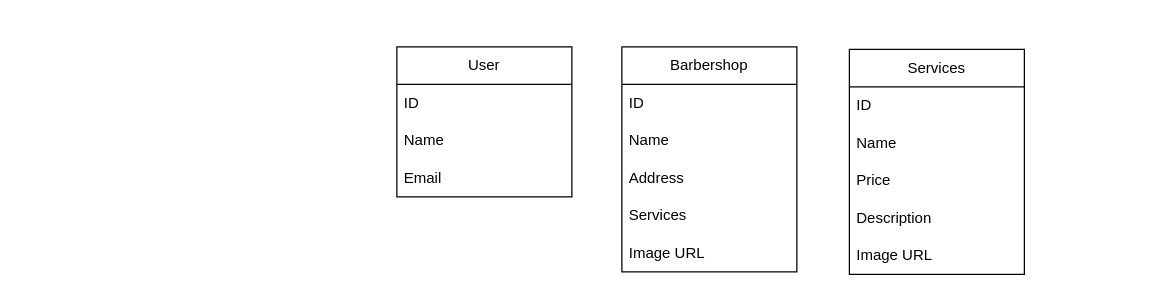
Before: FSWBarber.drawio in RobAb2023/FSW_Barber, a draw.io diagram. Source tidied: cells renumbered, new cells numbered last; positions are measured from the earlier drawing's top-left corner, leaving out a move shared by most shapes. Both pictures are drawn from the tidied source at 125%, with x=0, y=0 at pixel (396, 46).
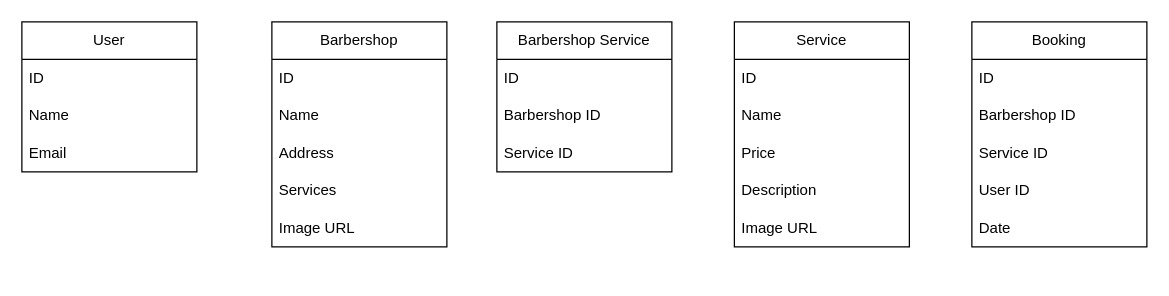
The same diagram, later.

What changed in the source:
```diff
@@
     <mxCell id="2" value="User" style="swimlane;fontStyle=0;horizontal=1;startSize=30;whiteSpace=wrap;html=1;" parent="1" vertex="1">
-      <mxGeometry width="140" height="120" as="geometry" />
+      <mxGeometry x="-300" y="-20" width="140" height="120" as="geometry" />
     </mxCell>
@@
     <mxCell id="6" value="Barbershop" style="swimlane;fontStyle=0;horizontal=1;startSize=30;whiteSpace=wrap;html=1;" parent="1" vertex="1">
-      <mxGeometry x="180" width="140" height="180" as="geometry" />
+      <mxGeometry x="-100" y="-20" width="140" height="180" as="geometry" />
     </mxCell>
@@
-    <mxCell id="12" value="Services" style="swimlane;fontStyle=0;horizontal=1;startSize=30;whiteSpace=wrap;html=1;" parent="1" vertex="1">
-      <mxGeometry x="362" y="2" width="140" height="180" as="geometry" />
+    <mxCell id="12" value="Service" style="swimlane;fontStyle=0;horizontal=1;startSize=30;whiteSpace=wrap;html=1;" parent="1" vertex="1">
+      <mxGeometry x="270" y="-20" width="140" height="180" as="geometry" />
     </mxCell>
@@
+    <mxCell id="18" value="Booking" style="swimlane;fontStyle=0;horizontal=1;startSize=30;whiteSpace=wrap;html=1;" parent="1" vertex="1">
+      <mxGeometry x="460" y="-20" width="140" height="180" as="geometry" />
+    </mxCell>
+    <mxCell id="19" value="ID" style="text;strokeColor=none;fillColor=none;align=left;verticalAlign=middle;spacingLeft=4;spacingRight=4;overflow=hidden;whiteSpace=wrap;html=1;" parent="18" vertex="1">
+      <mxGeometry y="30" width="140" height="30" as="geometry" />
+    </mxCell>
+    <mxCell id="20" value="Barbershop ID" style="text;strokeColor=none;fillColor=none;align=left;verticalAlign=middle;spacingLeft=4;spacingRight=4;overflow=hidden;whiteSpace=wrap;html=1;" parent="18" vertex="1">
+      <mxGeometry y="60" width="140" height="30" as="geometry" />
+    </mxCell>
+    <mxCell id="21" value="Service ID" style="text;strokeColor=none;fillColor=none;align=left;verticalAlign=middle;spacingLeft=4;spacingRight=4;overflow=hidden;whiteSpace=wrap;html=1;" parent="18" vertex="1">
+      <mxGeometry y="90" width="140" height="30" as="geometry" />
+    </mxCell>
+    <mxCell id="22" value="User ID" style="text;strokeColor=none;fillColor=none;align=left;verticalAlign=middle;spacingLeft=4;spacingRight=4;overflow=hidden;whiteSpace=wrap;html=1;" parent="18" vertex="1">
+      <mxGeometry y="120" width="140" height="30" as="geometry" />
+    </mxCell>
+    <mxCell id="23" value="Date" style="text;strokeColor=none;fillColor=none;align=left;verticalAlign=middle;spacingLeft=4;spacingRight=4;overflow=hidden;whiteSpace=wrap;html=1;" parent="18" vertex="1">
+      <mxGeometry y="150" width="140" height="30" as="geometry" />
+    </mxCell>
+    <mxCell id="24" value="Barbershop Service" style="swimlane;fontStyle=0;horizontal=1;startSize=30;whiteSpace=wrap;html=1;" parent="1" vertex="1">
+      <mxGeometry x="80" y="-20" width="140" height="120" as="geometry" />
+    </mxCell>
+    <mxCell id="25" value="ID" style="text;strokeColor=none;fillColor=none;align=left;verticalAlign=middle;spacingLeft=4;spacingRight=4;overflow=hidden;whiteSpace=wrap;html=1;" parent="24" vertex="1">
+      <mxGeometry y="30" width="140" height="30" as="geometry" />
+    </mxCell>
+    <mxCell id="26" value="Barbershop ID" style="text;strokeColor=none;fillColor=none;align=left;verticalAlign=middle;spacingLeft=4;spacingRight=4;overflow=hidden;whiteSpace=wrap;html=1;" parent="24" vertex="1">
+      <mxGeometry y="60" width="140" height="30" as="geometry" />
+    </mxCell>
+    <mxCell id="27" value="Service ID" style="text;strokeColor=none;fillColor=none;align=left;verticalAlign=middle;spacingLeft=4;spacingRight=4;overflow=hidden;whiteSpace=wrap;html=1;" parent="24" vertex="1">
+      <mxGeometry y="90" width="140" height="30" as="geometry" />
+    </mxCell>
```
